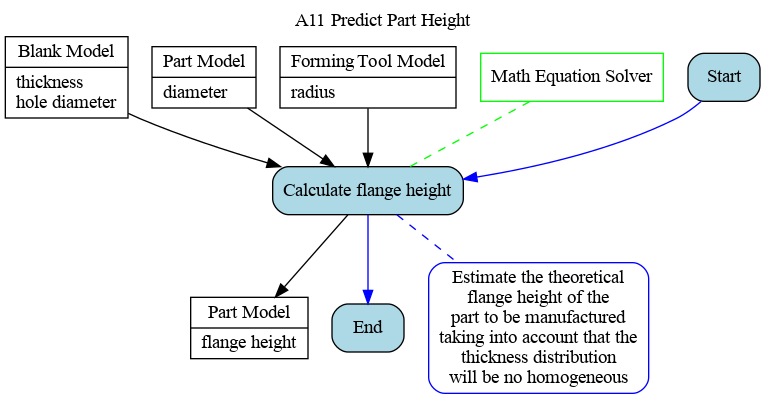
ModelsforManufacturing/hole-flanging-by-SPIF-in-a-single-stage keeps this Graphviz diagram as Ontology_Layer/Behaviour_Model/01_A11.gv.png. Above is the earlier version. Its source is kept beside it as Ontology_Layer/Behaviour_Model/01_A11.gv.
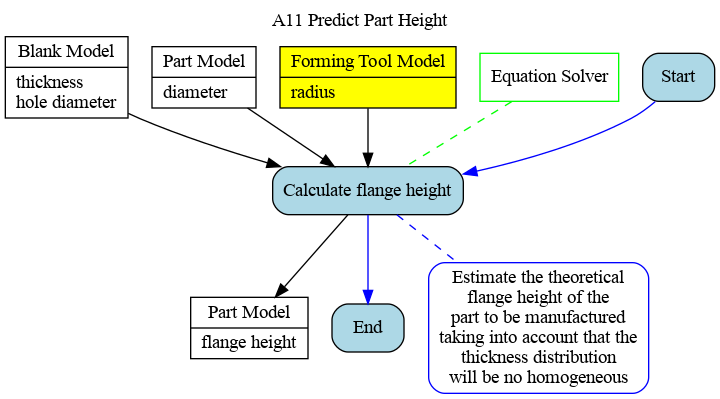
The same diagram one commit later.

Change to the diagram source:
```diff
@@ -6,11 +6,11 @@
 node [shape=record, style=filled, fillcolor=white, color=black]
 blank [label="{Blank Model|thickness\lhole diameter\l}"];
 part0 [label="{Part Model|diameter\l}"];
-tool [label="{Forming Tool Model|radius\l}"];
+tool [label="{Forming Tool Model|radius\l}", fillcolor=yellow];
 part [label="{Part Model|flange height\l}"];
 
 node [shape=box, style=filled, fillcolor=white, color=green]
-m1 [label="Math Equation Solver"]
+m1 [label="Equation Solver"]
 
 node [shape=box, style="filled, rounded", fillcolor=lightblue, color=black]
 Start
```
